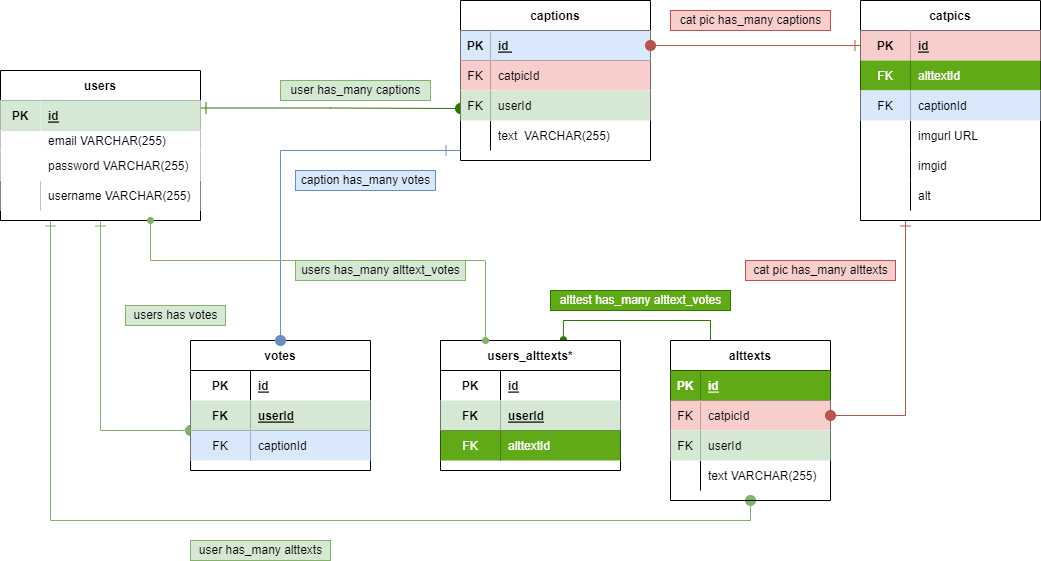
Before: pitchimgs/ERD.drawio.png, a diagram exported from draw.io (kokopuffz/Project2). Source tidied: cells renumbered, new cells last; positions are measured from the earlier drawing's top-left corner, leaving out a move shared by most shapes.
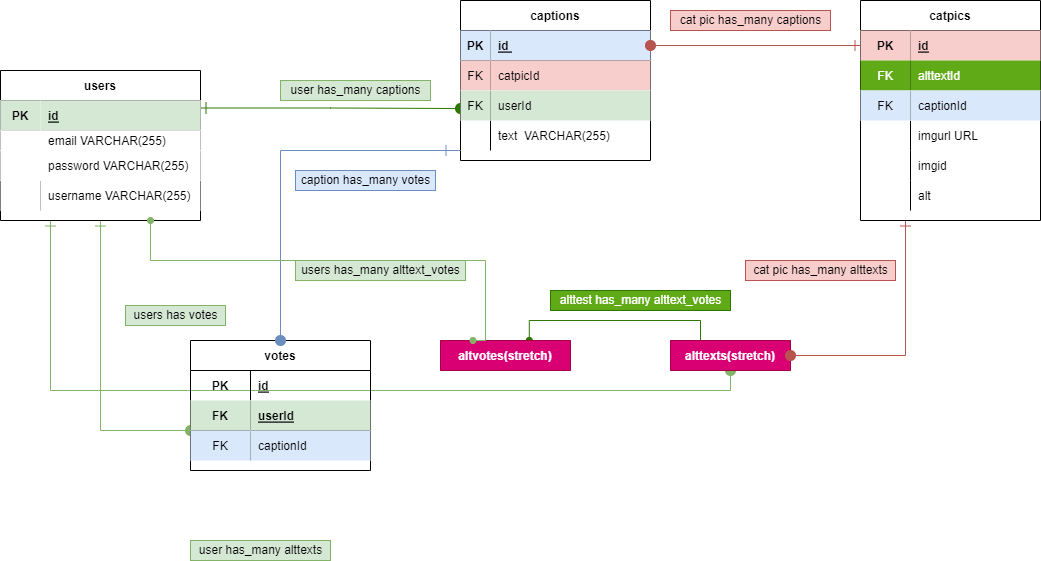
Above is the later version.

Commit message:
updated erd -stretch goals

Change to the diagram source:
```diff
@@ -98,45 +98,9 @@
     <mxCell id="31" style="edgeStyle=orthogonalEdgeStyle;rounded=0;jettySize=auto;html=1;exitX=0.25;exitY=0;exitDx=0;exitDy=0;entryX=0.683;entryY=-0.006;entryDx=0;entryDy=0;entryPerimeter=0;fillColor=#60a917;strokeColor=#2D7600;endArrow=oval;endFill=1;" parent="1" edge="1" source="32" target="84">
       <mxGeometry relative="1" as="geometry" />
     </mxCell>
-    <mxCell id="32" value="alttexts" style="shape=table;startSize=30;rowLines=0;fontStyle=1;align=center;fillColor=#FFFFFF;" parent="1" vertex="1">
-      <mxGeometry x="670" y="340" width="160" height="160" as="geometry" />
+    <mxCell id="32" value="alttexts(stretch)" style="shape=table;startSize=30;rowLines=0;fontStyle=1;align=center;fillColor=#d80073;fontColor=#ffffff;strokeColor=#A50040;" parent="1" vertex="1" collapsed="1">
+      <mxGeometry x="670" y="340" width="120" height="30" as="geometry" />
     </mxCell>
-    <mxCell id="33" style="shape=tableRow;horizontal=0;startSize=0;swimlaneHead=0;swimlaneBody=0;fillColor=none;top=0;left=0;right=0;bottom=1;" parent="32" vertex="1">
-      <mxGeometry y="30" width="160" height="30" as="geometry" />
-    </mxCell>
-    <mxCell id="34" value="PK" style="shape=partialRectangle;fillColor=#60a917;top=0;left=0;bottom=0;right=0;fontStyle=1;overflow=hidden;strokeColor=#2D7600;fontColor=#ffffff;" parent="33" vertex="1">
-      <mxGeometry width="30" height="30" as="geometry" />
-    </mxCell>
-    <mxCell id="35" value="id" style="shape=partialRectangle;fillColor=#60a917;top=0;left=0;bottom=0;right=0;align=left;spacingLeft=6;fontStyle=5;overflow=hidden;strokeColor=#2D7600;fontColor=#ffffff;" parent="33" vertex="1">
-      <mxGeometry x="30" width="130" height="30" as="geometry" />
-    </mxCell>
-    <mxCell id="36" style="shape=tableRow;horizontal=0;startSize=0;swimlaneHead=0;swimlaneBody=0;fillColor=none;points=[[0,0.5],[1,0.5]];portConstraint=eastwest;top=0;left=0;right=0;bottom=0;" parent="32" vertex="1">
-      <mxGeometry y="60" width="160" height="30" as="geometry" />
-    </mxCell>
-    <mxCell id="37" value="FK" style="shape=partialRectangle;fillColor=#f8cecc;top=0;left=0;bottom=0;right=0;fontStyle=0;overflow=hidden;strokeColor=#b85450;" parent="36" vertex="1">
-      <mxGeometry width="30" height="30" as="geometry" />
-    </mxCell>
-    <mxCell id="38" value="catpicId" style="shape=partialRectangle;fillColor=#f8cecc;top=0;left=0;bottom=0;right=0;align=left;spacingLeft=6;fontStyle=0;overflow=hidden;strokeColor=#b85450;" parent="36" vertex="1">
-      <mxGeometry x="30" width="130" height="30" as="geometry" />
-    </mxCell>
-    <mxCell id="39" style="shape=tableRow;horizontal=0;startSize=0;swimlaneHead=0;swimlaneBody=0;fillColor=none;top=0;left=0;right=0;bottom=0;" parent="32" vertex="1">
-      <mxGeometry y="90" width="160" height="30" as="geometry" />
-    </mxCell>
-    <mxCell id="40" value="FK" style="shape=partialRectangle;fillColor=#d5e8d4;top=0;left=0;bottom=0;right=0;fontStyle=0;overflow=hidden;strokeColor=#82b366;" parent="39" vertex="1">
-      <mxGeometry width="30" height="30" as="geometry" />
-    </mxCell>
-    <mxCell id="41" value="userId" style="shape=partialRectangle;fillColor=#d5e8d4;top=0;left=0;bottom=0;right=0;align=left;spacingLeft=6;fontStyle=0;overflow=hidden;strokeColor=#82b366;" parent="39" vertex="1">
-      <mxGeometry x="30" width="130" height="30" as="geometry" />
-    </mxCell>
-    <mxCell id="42" style="shape=tableRow;horizontal=0;startSize=0;swimlaneHead=0;swimlaneBody=0;fillColor=none;top=0;left=0;right=0;bottom=0;" parent="32" vertex="1">
-      <mxGeometry y="120" width="160" height="30" as="geometry" />
-    </mxCell>
-    <mxCell id="43" style="shape=partialRectangle;fillColor=none;top=0;left=0;bottom=0;right=0;overflow=hidden;" parent="42" vertex="1">
-      <mxGeometry width="30" height="30" as="geometry" />
-    </mxCell>
-    <mxCell id="44" value="text VARCHAR(255)" style="shape=partialRectangle;fillColor=none;top=0;left=0;bottom=0;right=0;align=left;spacingLeft=6;overflow=hidden;" parent="42" vertex="1">
-      <mxGeometry x="30" width="130" height="30" as="geometry" />
-    </mxCell>
     <mxCell id="45" value="votes" style="shape=table;startSize=30;rowLines=0;fontStyle=1;align=center;fillColor=#FFFFFF;" parent="1" vertex="1">
       <mxGeometry x="190" y="340" width="180" height="130" as="geometry" />
     </mxCell>
@@ -167,9 +131,6 @@
     <mxCell id="54" value="captionId" style="shape=partialRectangle;fillColor=#dae8fc;top=0;left=0;bottom=0;right=0;align=left;spacingLeft=6;overflow=hidden;strokeColor=#6c8ebf;" parent="52" vertex="1">
       <mxGeometry x="60" width="120" height="30" as="geometry" />
     </mxCell>
-    <mxCell id="55" style="edgeStyle=orthogonalEdgeStyle;rounded=0;jettySize=auto;html=1;exitX=0.25;exitY=1;exitDx=0;exitDy=0;entryX=1;entryY=0.5;entryDx=0;entryDy=0;startArrow=ERone;startFill=0;endArrow=oval;endFill=1;startSize=9;endSize=10;strokeWidth=1;fillColor=#f8cecc;strokeColor=#b85450;" parent="1" edge="1" source="56" target="36">
-      <mxGeometry relative="1" as="geometry" />
-    </mxCell>
     <mxCell id="56" value="catpics" style="shape=table;startSize=30;rowLines=0;fontStyle=1;align=center;fillColor=#FFFFFF;" parent="1" vertex="1">
       <mxGeometry x="860" width="180" height="220" as="geometry" />
     </mxCell>
@@ -260,36 +221,9 @@
     <mxCell id="83" value="caption has_many votes" style="text;html=1;align=center;verticalAlign=middle;strokeColor=#6c8ebf;fillColor=#dae8fc;" parent="1" vertex="1">
       <mxGeometry x="295" y="170" width="140" height="20" as="geometry" />
     </mxCell>
-    <mxCell id="84" value="users_alttexts*" style="shape=table;startSize=30;rowLines=0;fontStyle=1;align=center;fillColor=#FFFFFF;" parent="1" vertex="1">
-      <mxGeometry x="440" y="340" width="180" height="130" as="geometry" />
+    <mxCell id="84" value="altvotes(stretch)" style="shape=table;startSize=30;rowLines=0;fontStyle=1;align=center;fillColor=#d80073;fontColor=#ffffff;strokeColor=#A50040;" parent="1" vertex="1" collapsed="1">
+      <mxGeometry x="440" y="340" width="130" height="30" as="geometry" />
     </mxCell>
-    <mxCell id="85" style="shape=tableRow;horizontal=0;startSize=0;swimlaneHead=0;swimlaneBody=0;fillColor=none;top=0;left=0;right=0;bottom=0;" parent="84" vertex="1">
-      <mxGeometry y="30" width="180" height="30" as="geometry" />
-    </mxCell>
-    <mxCell id="86" value="PK" style="shape=partialRectangle;fillColor=none;top=0;left=0;bottom=0;right=0;fontStyle=1;overflow=hidden;" parent="85" vertex="1">
-      <mxGeometry width="60" height="30" as="geometry" />
-    </mxCell>
-    <mxCell id="87" value="id" style="shape=partialRectangle;fillColor=none;top=0;left=0;bottom=0;right=0;align=left;spacingLeft=6;fontStyle=5;overflow=hidden;" parent="85" vertex="1">
-      <mxGeometry x="60" width="120" height="30" as="geometry" />
-    </mxCell>
-    <mxCell id="88" style="shape=tableRow;horizontal=0;startSize=0;swimlaneHead=0;swimlaneBody=0;fillColor=none;top=0;left=0;right=0;bottom=1;" parent="84" vertex="1">
-      <mxGeometry y="60" width="180" height="30" as="geometry" />
-    </mxCell>
-    <mxCell id="89" value="FK" style="shape=partialRectangle;fillColor=#d5e8d4;top=0;left=0;bottom=0;right=0;fontStyle=1;overflow=hidden;strokeColor=#82b366;" parent="88" vertex="1">
-      <mxGeometry width="60" height="30" as="geometry" />
-    </mxCell>
-    <mxCell id="90" value="userId" style="shape=partialRectangle;fillColor=#d5e8d4;top=0;left=0;bottom=0;right=0;align=left;spacingLeft=6;fontStyle=5;overflow=hidden;strokeColor=#82b366;" parent="88" vertex="1">
-      <mxGeometry x="60" width="120" height="30" as="geometry" />
-    </mxCell>
-    <mxCell id="91" style="shape=tableRow;horizontal=0;startSize=0;swimlaneHead=0;swimlaneBody=0;fillColor=none;top=0;left=0;right=0;bottom=0;" parent="84" vertex="1">
-      <mxGeometry y="90" width="180" height="30" as="geometry" />
-    </mxCell>
-    <mxCell id="92" value="FK" style="shape=partialRectangle;fillColor=#60a917;top=0;left=0;bottom=0;right=0;overflow=hidden;fontColor=#ffffff;strokeColor=#2D7600;" parent="91" vertex="1">
-      <mxGeometry width="60" height="30" as="geometry" />
-    </mxCell>
-    <mxCell id="93" value="alttextId" style="shape=partialRectangle;fillColor=#60a917;top=0;left=0;bottom=0;right=0;align=left;spacingLeft=6;overflow=hidden;fontColor=#ffffff;strokeColor=#2D7600;" parent="91" vertex="1">
-      <mxGeometry x="60" width="120" height="30" as="geometry" />
-    </mxCell>
     <mxCell id="94" style="edgeStyle=orthogonalEdgeStyle;rounded=0;jettySize=auto;html=1;entryX=0.25;entryY=0;entryDx=0;entryDy=0;exitX=0.75;exitY=1;exitDx=0;exitDy=0;startArrow=oval;startFill=1;fillColor=#d5e8d4;strokeColor=#82b366;endArrow=oval;endFill=1;" parent="1" edge="1" source="5" target="84">
       <mxGeometry relative="1" as="geometry">
         <Array as="points">
```
